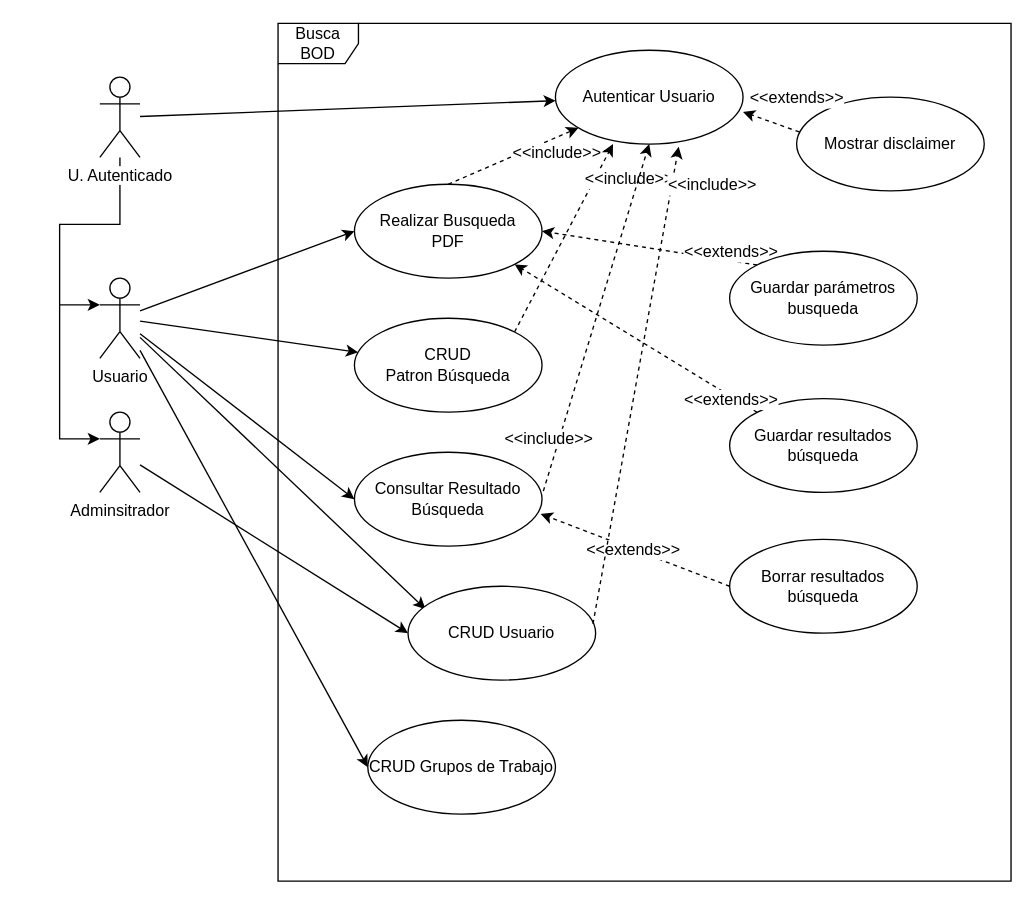
This is imagenes busca bod/Diagrama de Casos de Uso.drawio from DptoSIC/BuscaBOD, a draw.io file, before an edit. Source tidied: cells renumbered, new cells numbered last; positions are measured from the earlier drawing's top-left corner, leaving out a move shared by most shapes. Both pictures are drawn from the tidied source at 134%, with x=0, y=0 at pixel (59, 23).
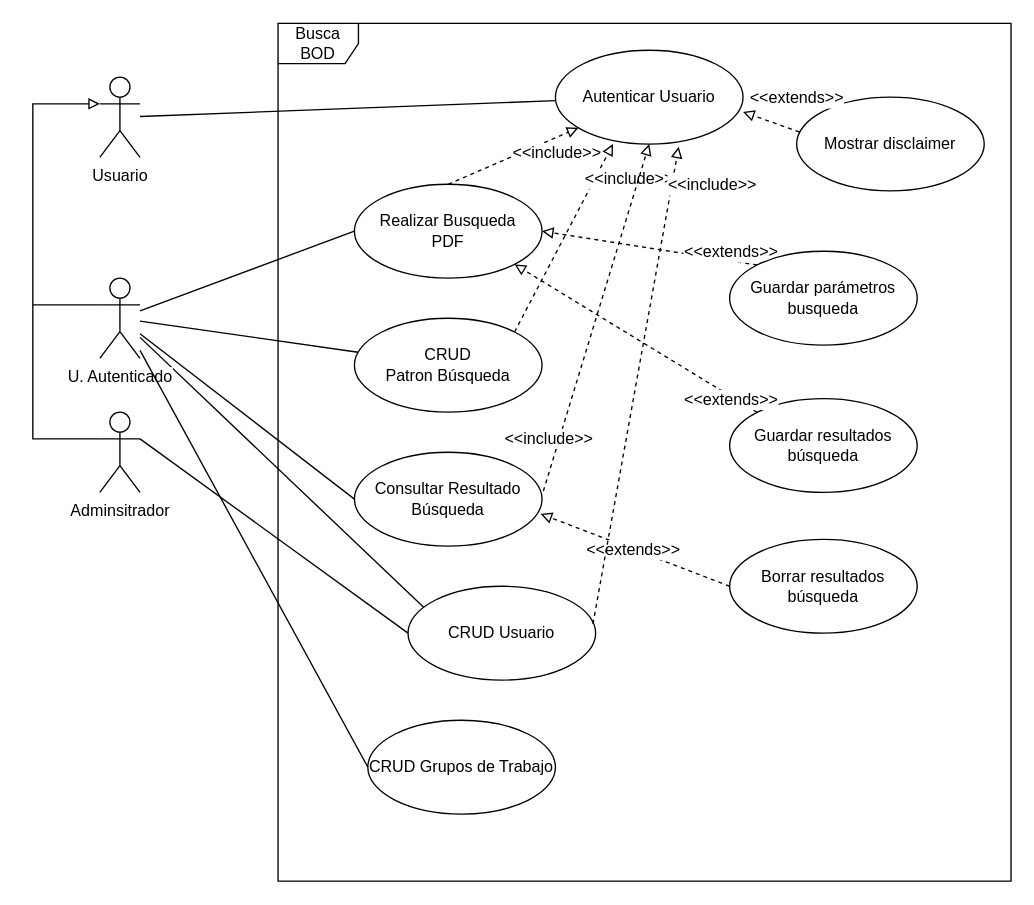
The same page after the edit.

Unchanged cells that the change refers to:
```xml
<mxCell id="4" value="Adminsitrador" style="shape=umlActor;verticalLabelPosition=bottom;labelBackgroundColor=#ffffff;verticalAlign=top;html=1;" parent="1" vertex="1">
  <mxGeometry x="30" y="290" width="30" height="60" as="geometry" />
</mxCell>
<mxCell id="14" value="Autenticar Usuario" style="ellipse;whiteSpace=wrap;html=1;" parent="1" vertex="1">
  <mxGeometry x="370" y="20" width="140" height="70" as="geometry" />
</mxCell>
<mxCell id="15" value="&lt;div&gt;Realizar Busqueda&lt;/div&gt;&lt;div&gt; PDF&lt;/div&gt;" style="ellipse;whiteSpace=wrap;html=1;" parent="1" vertex="1">
  <mxGeometry x="220" y="120" width="140" height="70" as="geometry" />
</mxCell>
<mxCell id="16" value="&lt;div&gt;CRUD &lt;br&gt;&lt;/div&gt;&lt;div&gt;Patron Búsqueda&lt;br&gt;&lt;/div&gt;" style="ellipse;whiteSpace=wrap;html=1;" parent="1" vertex="1">
  <mxGeometry x="220" y="220" width="140" height="70" as="geometry" />
</mxCell>
<mxCell id="17" value="Consultar Resultado Búsqueda" style="ellipse;whiteSpace=wrap;html=1;" parent="1" vertex="1">
  <mxGeometry x="220" y="320" width="140" height="70" as="geometry" />
</mxCell>
<mxCell id="18" value="CRUD Usuario" style="ellipse;whiteSpace=wrap;html=1;" parent="1" vertex="1">
  <mxGeometry x="260" y="420" width="140" height="70" as="geometry" />
</mxCell>
<mxCell id="21" value="Guardar parámetros busqueda" style="ellipse;whiteSpace=wrap;html=1;" parent="1" vertex="1">
  <mxGeometry x="500" y="170" width="140" height="70" as="geometry" />
</mxCell>
<mxCell id="22" value="Guardar resultados búsqueda" style="ellipse;whiteSpace=wrap;html=1;" parent="1" vertex="1">
  <mxGeometry x="500" y="280" width="140" height="70" as="geometry" />
</mxCell>
<mxCell id="25" value="Borrar resultados búsqueda" style="ellipse;whiteSpace=wrap;html=1;" parent="1" vertex="1">
  <mxGeometry x="500" y="385" width="140" height="70" as="geometry" />
</mxCell>
<mxCell id="36" value="CRUD Grupos de Trabajo" style="ellipse;whiteSpace=wrap;html=1;" parent="1" vertex="1">
  <mxGeometry x="230" y="520" width="140" height="70" as="geometry" />
</mxCell>
<mxCell id="38" value="Mostrar disclaimer" style="ellipse;whiteSpace=wrap;html=1;" parent="1" vertex="1">
  <mxGeometry x="550" y="55" width="140" height="70" as="geometry" />
</mxCell>
```

The edit, as a diff of the source:
```diff
@@
-    <mxCell id="3" style="edgeStyle=none;rounded=0;jettySize=auto;html=1;entryX=0;entryY=0.5;entryDx=0;entryDy=0;" parent="1" edge="1" source="4" target="18">
-      <mxGeometry relative="1" as="geometry" />
-    </mxCell>
+    <mxCell id="41" style="edgeStyle=orthogonalEdgeStyle;rounded=0;jettySize=auto;html=1;exitX=0;exitY=0.3333333333333333;exitDx=0;exitDy=0;exitPerimeter=0;entryX=0;entryY=0.3333333333333333;entryDx=0;entryDy=0;entryPerimeter=0;endArrow=block;endFill=0;" parent="1" edge="1" source="4" target="12">
+      <mxGeometry relative="1" as="geometry">
+        <Array as="points">
+          <mxPoint x="-20" y="310" />
+          <mxPoint x="-20" y="60" />
+        </Array>
+      </mxGeometry>
+    </mxCell>
@@
-    <mxCell id="5" style="edgeStyle=none;rounded=0;jettySize=auto;html=1;entryX=0;entryY=0.5;entryDx=0;entryDy=0;" parent="1" edge="1" source="9" target="15">
+    <mxCell id="5" style="edgeStyle=none;rounded=0;jettySize=auto;html=1;entryX=0;entryY=0.5;entryDx=0;entryDy=0;endArrow=none;endFill=0;" parent="1" edge="1" source="9" target="15">
       <mxGeometry relative="1" as="geometry" />
     </mxCell>
-    <mxCell id="6" style="edgeStyle=none;rounded=0;jettySize=auto;html=1;" parent="1" edge="1" source="9" target="16">
+    <mxCell id="6" style="edgeStyle=none;rounded=0;jettySize=auto;html=1;endArrow=none;endFill=0;" parent="1" edge="1" source="9" target="16">
       <mxGeometry relative="1" as="geometry" />
     </mxCell>
-    <mxCell id="7" style="edgeStyle=none;rounded=0;jettySize=auto;html=1;entryX=0;entryY=0.5;entryDx=0;entryDy=0;" parent="1" edge="1" source="9" target="17">
+    <mxCell id="7" style="edgeStyle=none;rounded=0;jettySize=auto;html=1;entryX=0;entryY=0.5;entryDx=0;entryDy=0;endArrow=none;endFill=0;" parent="1" edge="1" source="9" target="17">
       <mxGeometry relative="1" as="geometry" />
     </mxCell>
-    <mxCell id="8" style="edgeStyle=none;rounded=0;jettySize=auto;html=1;entryX=0.093;entryY=0.243;entryDx=0;entryDy=0;entryPerimeter=0;" parent="1" edge="1" source="9" target="18">
+    <mxCell id="8" style="edgeStyle=none;rounded=0;jettySize=auto;html=1;entryX=0.093;entryY=0.243;entryDx=0;entryDy=0;entryPerimeter=0;endArrow=none;endFill=0;" parent="1" edge="1" source="9" target="18">
       <mxGeometry relative="1" as="geometry" />
     </mxCell>
+    <mxCell id="42" style="edgeStyle=orthogonalEdgeStyle;rounded=0;jettySize=auto;html=1;exitX=0;exitY=0.3333333333333333;exitDx=0;exitDy=0;exitPerimeter=0;endArrow=none;endFill=0;" parent="1" edge="1" source="9">
+      <mxGeometry relative="1" as="geometry">
+        <mxPoint x="-20" y="210" as="targetPoint" />
+      </mxGeometry>
+    </mxCell>
-    <mxCell id="9" value="Usuario" style="shape=umlActor;verticalLabelPosition=bottom;labelBackgroundColor=#ffffff;verticalAlign=top;html=1;" parent="1" vertex="1">
+    <mxCell id="9" value="U. Autenticado" style="shape=umlActor;verticalLabelPosition=bottom;labelBackgroundColor=#ffffff;verticalAlign=top;html=1;" parent="1" vertex="1">
       <mxGeometry x="30" y="190" width="30" height="60" as="geometry" />
     </mxCell>
-    <mxCell id="10" style="edgeStyle=orthogonalEdgeStyle;rounded=0;jettySize=auto;html=1;entryX=0;entryY=0.3333333333333333;entryDx=0;entryDy=0;entryPerimeter=0;" parent="1" edge="1" source="12" target="4">
-      <mxGeometry relative="1" as="geometry">
-        <Array as="points">
-          <mxPoint x="45" y="150" />
-          <mxPoint y="150" />
-          <mxPoint y="310" />
-        </Array>
-      </mxGeometry>
-    </mxCell>
-    <mxCell id="11" style="rounded=0;jettySize=auto;html=1;" parent="1" edge="1" source="12" target="14">
+    <mxCell id="11" style="rounded=0;jettySize=auto;html=1;endArrow=none;endFill=0;" parent="1" edge="1" source="12" target="14">
       <mxGeometry relative="1" as="geometry" />
     </mxCell>
-    <mxCell id="12" value="U. Autenticado" style="shape=umlActor;verticalLabelPosition=bottom;labelBackgroundColor=#ffffff;verticalAlign=top;html=1;" parent="1" vertex="1">
+    <mxCell id="12" value="Usuario" style="shape=umlActor;verticalLabelPosition=bottom;labelBackgroundColor=#ffffff;verticalAlign=top;html=1;" parent="1" vertex="1">
       <mxGeometry x="30" y="40" width="30" height="60" as="geometry" />
     </mxCell>
-    <mxCell id="13" style="endArrow=classic;html=1;entryX=0;entryY=0.3333333333333333;entryDx=0;entryDy=0;entryPerimeter=0;" parent="1" edge="1" target="9">
-      <mxGeometry relative="1" as="geometry">
-        <mxPoint y="210" as="sourcePoint" />
-      </mxGeometry>
-    </mxCell>
@@
-    <mxCell id="19" style="edgeStyle=none;rounded=0;jettySize=auto;html=1;exitX=0;exitY=0;exitDx=0;exitDy=0;entryX=1;entryY=0.5;entryDx=0;entryDy=0;dashed=1;" parent="1" edge="1" source="21" target="15">
+    <mxCell id="19" style="edgeStyle=none;rounded=0;jettySize=auto;html=1;exitX=0;exitY=0;exitDx=0;exitDy=0;entryX=1;entryY=0.5;entryDx=0;entryDy=0;dashed=1;endArrow=block;endFill=0;" parent="1" edge="1" source="21" target="15">
       <mxGeometry relative="1" as="geometry" />
     </mxCell>
@@
-    <mxCell id="23" style="edgeStyle=none;rounded=0;jettySize=auto;html=1;exitX=0;exitY=0;exitDx=0;exitDy=0;entryX=1;entryY=1;entryDx=0;entryDy=0;dashed=1;" parent="1" edge="1" source="22" target="15">
+    <mxCell id="23" style="edgeStyle=none;rounded=0;jettySize=auto;html=1;exitX=0;exitY=0;exitDx=0;exitDy=0;entryX=1;entryY=1;entryDx=0;entryDy=0;dashed=1;endArrow=block;endFill=0;" parent="1" edge="1" source="22" target="15">
       <mxGeometry relative="1" as="geometry" />
     </mxCell>
@@
-    <mxCell id="26" style="edgeStyle=none;rounded=0;jettySize=auto;html=1;exitX=0;exitY=0.5;exitDx=0;exitDy=0;entryX=0.993;entryY=0.657;entryDx=0;entryDy=0;dashed=1;entryPerimeter=0;" parent="1" edge="1" source="25" target="17">
+    <mxCell id="26" style="edgeStyle=none;rounded=0;jettySize=auto;html=1;exitX=0;exitY=0.5;exitDx=0;exitDy=0;entryX=0.993;entryY=0.657;entryDx=0;entryDy=0;dashed=1;entryPerimeter=0;endArrow=block;endFill=0;" parent="1" edge="1" source="25" target="17">
       <mxGeometry relative="1" as="geometry" />
     </mxCell>
@@
-    <mxCell id="28" style="edgeStyle=none;rounded=0;jettySize=auto;html=1;dashed=1;exitX=0.5;exitY=0;exitDx=0;exitDy=0;" parent="1" edge="1" source="15" target="14">
+    <mxCell id="28" style="edgeStyle=none;rounded=0;jettySize=auto;html=1;dashed=1;exitX=0.5;exitY=0;exitDx=0;exitDy=0;endArrow=block;endFill=0;" parent="1" edge="1" source="15" target="14">
       <mxGeometry relative="1" as="geometry" />
     </mxCell>
@@
-    <mxCell id="30" style="edgeStyle=none;rounded=0;jettySize=auto;html=1;dashed=1;exitX=1;exitY=0;exitDx=0;exitDy=0;entryX=0.307;entryY=1;entryDx=0;entryDy=0;entryPerimeter=0;" parent="1" edge="1" source="16" target="14">
+    <mxCell id="30" style="edgeStyle=none;rounded=0;jettySize=auto;html=1;dashed=1;exitX=1;exitY=0;exitDx=0;exitDy=0;entryX=0.307;entryY=1;entryDx=0;entryDy=0;entryPerimeter=0;endArrow=block;endFill=0;" parent="1" edge="1" source="16" target="14">
       <mxGeometry relative="1" as="geometry" />
     </mxCell>
@@
-    <mxCell id="32" style="edgeStyle=none;rounded=0;jettySize=auto;html=1;dashed=1;exitX=1.007;exitY=0.414;exitDx=0;exitDy=0;exitPerimeter=0;entryX=0.5;entryY=1;entryDx=0;entryDy=0;" parent="1" edge="1" source="17" target="14">
+    <mxCell id="32" style="edgeStyle=none;rounded=0;jettySize=auto;html=1;dashed=1;exitX=1.007;exitY=0.414;exitDx=0;exitDy=0;exitPerimeter=0;entryX=0.5;entryY=1;entryDx=0;entryDy=0;endArrow=block;endFill=0;" parent="1" edge="1" source="17" target="14">
       <mxGeometry relative="1" as="geometry" />
     </mxCell>
@@
-    <mxCell id="34" style="edgeStyle=none;rounded=0;jettySize=auto;html=1;dashed=1;exitX=0.986;exitY=0.4;exitDx=0;exitDy=0;exitPerimeter=0;entryX=0.657;entryY=1.029;entryDx=0;entryDy=0;entryPerimeter=0;" parent="1" edge="1" source="18" target="14">
+    <mxCell id="34" style="edgeStyle=none;rounded=0;jettySize=auto;html=1;dashed=1;exitX=0.986;exitY=0.4;exitDx=0;exitDy=0;exitPerimeter=0;entryX=0.657;entryY=1.029;entryDx=0;entryDy=0;entryPerimeter=0;endArrow=block;endFill=0;" parent="1" edge="1" source="18" target="14">
       <mxGeometry relative="1" as="geometry" />
     </mxCell>
@@
-    <mxCell id="37" style="edgeStyle=none;rounded=0;jettySize=auto;html=1;entryX=0;entryY=0.5;entryDx=0;entryDy=0;" parent="1" edge="1" target="36">
+    <mxCell id="37" style="edgeStyle=none;rounded=0;jettySize=auto;html=1;entryX=0;entryY=0.5;entryDx=0;entryDy=0;endArrow=none;endFill=0;" parent="1" edge="1" target="36">
       <mxGeometry relative="1" as="geometry">
         <mxPoint x="60" y="244" as="sourcePoint" />
       </mxGeometry>
     </mxCell>
@@
-    <mxCell id="39" style="edgeStyle=none;rounded=0;jettySize=auto;html=1;exitX=0.014;exitY=0.371;exitDx=0;exitDy=0;entryX=1;entryY=0.657;entryDx=0;entryDy=0;dashed=1;exitPerimeter=0;entryPerimeter=0;" parent="1" edge="1" source="38" target="14">
+    <mxCell id="39" style="edgeStyle=none;rounded=0;jettySize=auto;html=1;exitX=0.014;exitY=0.371;exitDx=0;exitDy=0;entryX=1;entryY=0.657;entryDx=0;entryDy=0;dashed=1;exitPerimeter=0;entryPerimeter=0;endArrow=block;endFill=0;" parent="1" edge="1" source="38" target="14">
       <mxGeometry relative="1" as="geometry" />
     </mxCell>
@@
+    <mxCell id="3" style="endArrow=none;html=1;entryX=0;entryY=0.5;entryDx=0;entryDy=0;exitX=1;exitY=0.3333333333333333;exitDx=0;exitDy=0;exitPerimeter=0;" parent="1" edge="1" source="4" target="18">
+      <mxGeometry relative="1" as="geometry" />
+    </mxCell>
```
